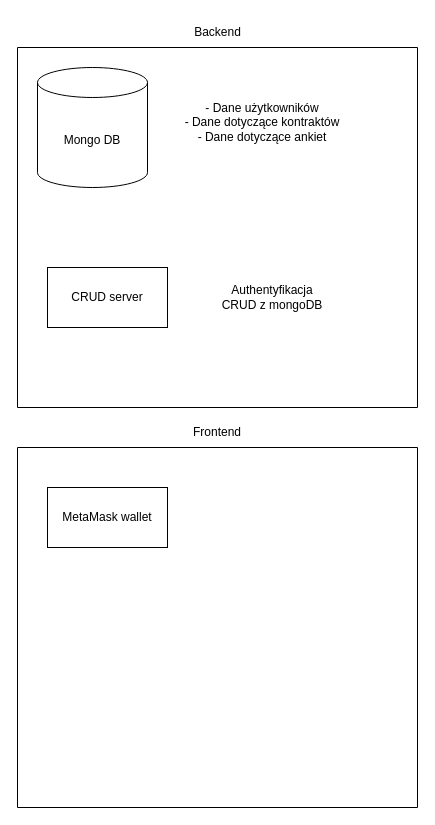
Earlier version of the draw.io diagram system-architecture.drawio (corey888773/web3-voting-app). Source tidied: cells renumbered, new cells numbered last; positions are measured from the earlier drawing's top-left corner, leaving out a move shared by most shapes. Both pictures are drawn from the tidied source at 100%, with x=0, y=0 at pixel (17, 17).
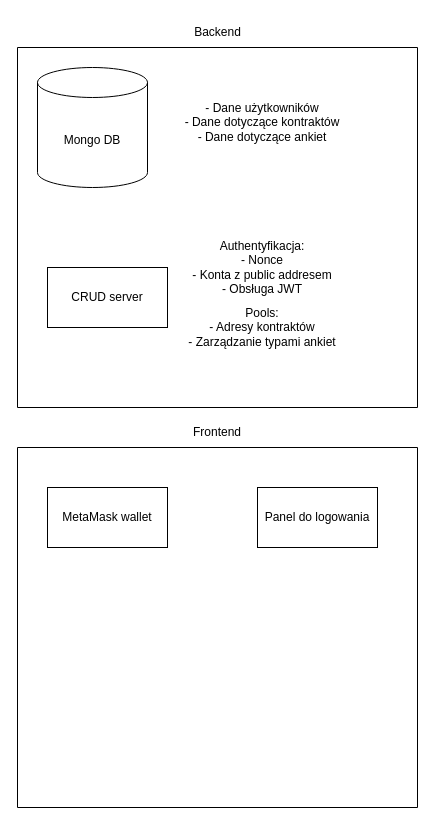
Above is the later version.

Diff of the diagram source:
```diff
@@
 <mxGraphModel>
   <root>
     <mxCell id="0" />
     <mxCell id="1" parent="0" />
     <mxCell id="2" style="swimlane;startSize=0;" parent="1" vertex="1">
       <mxGeometry y="30" width="400" height="360" as="geometry" />
     </mxCell>
     <mxCell id="3" value="Mongo DB" style="shape=cylinder3;whiteSpace=wrap;html=1;boundedLbl=1;backgroundOutline=1;size=15;" parent="2" vertex="1">
       <mxGeometry x="20" y="20" width="110" height="120" as="geometry" />
     </mxCell>
     <mxCell id="4" value="- Dane użytkowników&lt;div&gt;- Dane dotyczące kontraktów&lt;/div&gt;&lt;div&gt;- Dane dotyczące ankiet&lt;/div&gt;" style="text;html=1;align=center;verticalAlign=middle;whiteSpace=wrap;rounded=0;" parent="2" vertex="1">
       <mxGeometry x="120" y="60" width="250" height="30" as="geometry" />
     </mxCell>
     <mxCell id="5" value="CRUD server" style="rounded=0;whiteSpace=wrap;html=1;" parent="2" vertex="1">
       <mxGeometry x="30" y="220" width="120" height="60" as="geometry" />
     </mxCell>
-    <mxCell id="6" value="Authentyfikacja&lt;div&gt;CRUD z mongoDB&lt;/div&gt;" style="text;html=1;align=center;verticalAlign=middle;whiteSpace=wrap;rounded=0;" parent="2" vertex="1">
-      <mxGeometry x="180" y="220" width="150" height="60" as="geometry" />
+    <mxCell id="6" value="Authentyfikacja:&lt;div&gt;- Nonce&lt;/div&gt;&lt;div&gt;- Konta z public addresem&lt;/div&gt;&lt;div&gt;- Obsługa JWT&lt;/div&gt;" style="text;html=1;align=center;verticalAlign=middle;whiteSpace=wrap;rounded=0;" parent="2" vertex="1">
+      <mxGeometry x="170" y="190" width="150" height="60" as="geometry" />
     </mxCell>
+    <mxCell id="11" value="Pools:&lt;div&gt;- Adresy kontraktów&lt;/div&gt;&lt;div&gt;- Zarządzanie typami ankiet&lt;/div&gt;" style="text;html=1;align=center;verticalAlign=middle;whiteSpace=wrap;rounded=0;" parent="2" vertex="1">
+      <mxGeometry x="170" y="250" width="150" height="60" as="geometry" />
+    </mxCell>
     <mxCell id="7" value="Backend" style="text;html=1;align=center;verticalAlign=middle;strokeColor=none;fillColor=none;" parent="1" vertex="1">
       <mxGeometry x="165" width="70" height="30" as="geometry" />
     </mxCell>
     <mxCell id="8" style="swimlane;startSize=0;" parent="1" vertex="1">
       <mxGeometry y="430" width="400" height="360" as="geometry" />
     </mxCell>
     <mxCell id="9" value="MetaMask wallet" style="rounded=0;whiteSpace=wrap;html=1;" parent="8" vertex="1">
       <mxGeometry x="30" y="40" width="120" height="60" as="geometry" />
     </mxCell>
+    <mxCell id="12" value="Panel do logowania" style="rounded=0;whiteSpace=wrap;html=1;" parent="8" vertex="1">
+      <mxGeometry x="240" y="40" width="120" height="60" as="geometry" />
+    </mxCell>
     <mxCell id="10" value="Frontend" style="text;html=1;align=center;verticalAlign=middle;whiteSpace=wrap;rounded=0;" parent="1" vertex="1">
       <mxGeometry x="170" y="400" width="60" height="30" as="geometry" />
     </mxCell>
   </root>
 </mxGraphModel>
```
